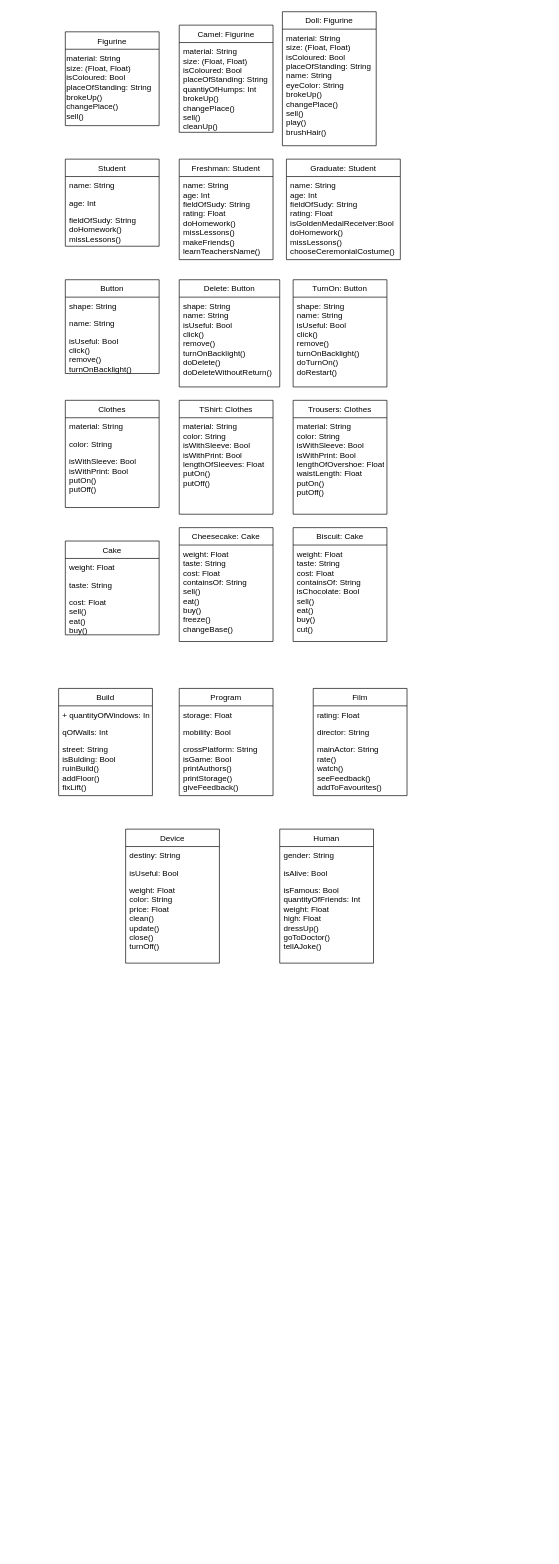
Earlier version of the draw.io diagram Untitled Diagram.drawio (lily-lorik/firstRepository). Source tidied: cells renumbered, new cells numbered last; positions are measured from the earlier drawing's top-left corner, leaving out a move shared by most shapes. Both pictures are drawn from the tidied source at 67%, with x=0, y=0 at pixel (58, 11).
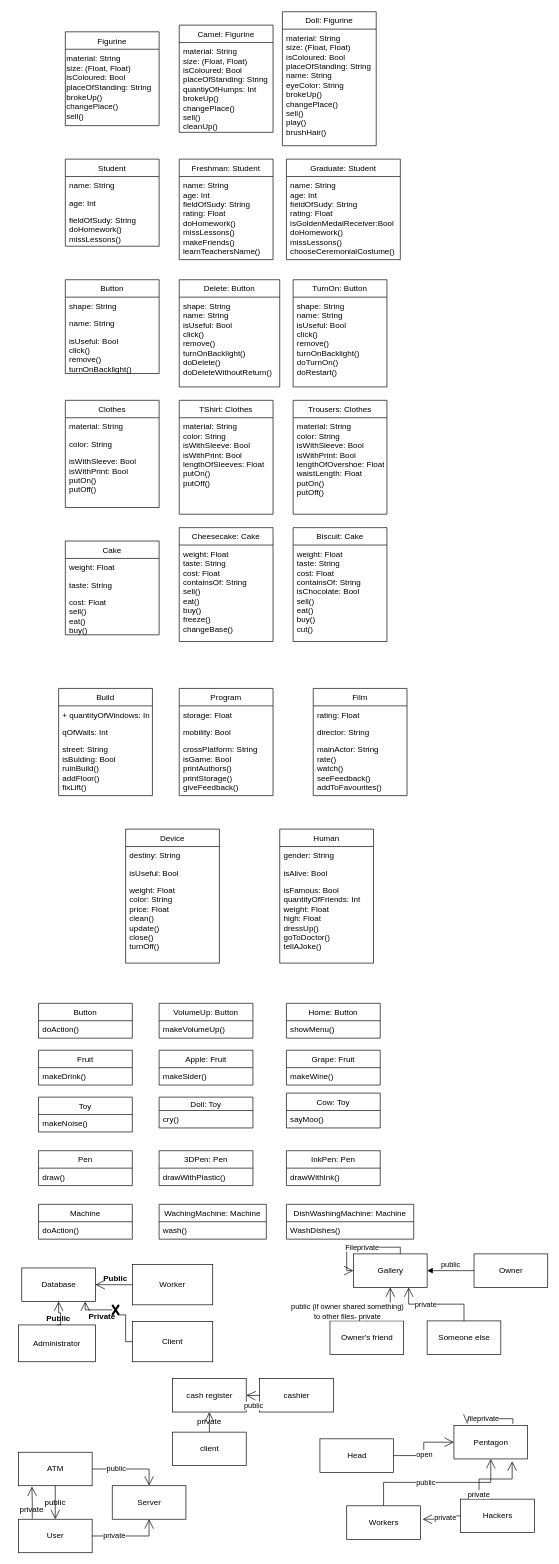
Above is the later version.

Change to the diagram source:
```diff
@@
+    <mxCell id="60" value="Button" style="swimlane;fontStyle=0;horizontal=1;startSize=26;fillColor=none;" parent="1" vertex="1">
+      <mxGeometry x="-30" y="1480" width="140" height="52" as="geometry" />
+    </mxCell>
+    <mxCell id="61" value="doAction()" style="text;strokeColor=none;fillColor=none;align=left;verticalAlign=top;spacingLeft=4;spacingRight=4;overflow=hidden;" parent="60" vertex="1">
+      <mxGeometry y="26" width="140" height="26" as="geometry" />
+    </mxCell>
+    <mxCell id="62" value="VolumeUp: Button" style="swimlane;fontStyle=0;horizontal=1;startSize=26;fillColor=none;" parent="1" vertex="1">
+      <mxGeometry x="150" y="1480" width="140" height="52" as="geometry" />
+    </mxCell>
+    <mxCell id="63" value="makeVolumeUp()" style="text;strokeColor=none;fillColor=none;align=left;verticalAlign=top;spacingLeft=4;spacingRight=4;overflow=hidden;" parent="62" vertex="1">
+      <mxGeometry y="26" width="140" height="26" as="geometry" />
+    </mxCell>
+    <mxCell id="64" value="Home: Button" style="swimlane;fontStyle=0;horizontal=1;startSize=26;fillColor=none;" parent="1" vertex="1">
+      <mxGeometry x="340" y="1480" width="140" height="52" as="geometry" />
+    </mxCell>
+    <mxCell id="65" value="showMenu()" style="text;strokeColor=none;fillColor=none;align=left;verticalAlign=top;spacingLeft=4;spacingRight=4;overflow=hidden;" parent="64" vertex="1">
+      <mxGeometry y="26" width="140" height="26" as="geometry" />
+    </mxCell>
+    <mxCell id="66" value="Fruit" style="swimlane;fontStyle=0;horizontal=1;startSize=26;fillColor=none;" parent="1" vertex="1">
+      <mxGeometry x="-30" y="1550" width="140" height="52" as="geometry" />
+    </mxCell>
+    <mxCell id="67" value="makeDrink()" style="text;strokeColor=none;fillColor=none;align=left;verticalAlign=top;spacingLeft=4;spacingRight=4;overflow=hidden;" parent="66" vertex="1">
+      <mxGeometry y="26" width="140" height="26" as="geometry" />
+    </mxCell>
+    <mxCell id="68" value="Apple: Fruit" style="swimlane;fontStyle=0;horizontal=1;startSize=26;fillColor=none;" parent="1" vertex="1">
+      <mxGeometry x="150" y="1550" width="140" height="52" as="geometry" />
+    </mxCell>
+    <mxCell id="69" value="makeSider()" style="text;strokeColor=none;fillColor=none;align=left;verticalAlign=top;spacingLeft=4;spacingRight=4;overflow=hidden;" parent="68" vertex="1">
+      <mxGeometry y="26" width="140" height="26" as="geometry" />
+    </mxCell>
+    <mxCell id="70" value="Grape: Fruit" style="swimlane;fontStyle=0;horizontal=1;startSize=26;fillColor=none;" parent="1" vertex="1">
+      <mxGeometry x="340" y="1550" width="140" height="52" as="geometry" />
+    </mxCell>
+    <mxCell id="71" value="makeWine()" style="text;strokeColor=none;fillColor=none;align=left;verticalAlign=top;spacingLeft=4;spacingRight=4;overflow=hidden;" parent="70" vertex="1">
+      <mxGeometry y="26" width="140" height="26" as="geometry" />
+    </mxCell>
+    <mxCell id="72" value="Toy" style="swimlane;fontStyle=0;horizontal=1;startSize=26;fillColor=none;" parent="1" vertex="1">
+      <mxGeometry x="-30" y="1620" width="140" height="52" as="geometry" />
+    </mxCell>
+    <mxCell id="73" value="makeNoise()" style="text;strokeColor=none;fillColor=none;align=left;verticalAlign=top;spacingLeft=4;spacingRight=4;overflow=hidden;" parent="72" vertex="1">
+      <mxGeometry y="26" width="140" height="26" as="geometry" />
+    </mxCell>
+    <mxCell id="74" value="Doll: Toy" style="swimlane;fontStyle=0;horizontal=1;startSize=20;fillColor=none;" parent="1" vertex="1">
+      <mxGeometry x="150" y="1620" width="140" height="46" as="geometry" />
+    </mxCell>
+    <mxCell id="75" value="cry()" style="text;strokeColor=none;fillColor=none;align=left;verticalAlign=top;spacingLeft=4;spacingRight=4;overflow=hidden;" parent="74" vertex="1">
+      <mxGeometry y="20" width="140" height="26" as="geometry" />
+    </mxCell>
+    <mxCell id="76" value="Cow: Toy" style="swimlane;fontStyle=0;horizontal=1;startSize=26;fillColor=none;" parent="1" vertex="1">
+      <mxGeometry x="340" y="1614" width="140" height="52" as="geometry" />
+    </mxCell>
+    <mxCell id="77" value="sayMoo()" style="text;strokeColor=none;fillColor=none;align=left;verticalAlign=top;spacingLeft=4;spacingRight=4;overflow=hidden;" parent="76" vertex="1">
+      <mxGeometry y="26" width="140" height="26" as="geometry" />
+    </mxCell>
+    <mxCell id="78" value="Pen" style="swimlane;fontStyle=0;horizontal=1;startSize=26;fillColor=none;" parent="1" vertex="1">
+      <mxGeometry x="-30" y="1700" width="140" height="52" as="geometry" />
+    </mxCell>
+    <mxCell id="79" value="draw()" style="text;strokeColor=none;fillColor=none;align=left;verticalAlign=top;spacingLeft=4;spacingRight=4;overflow=hidden;" parent="78" vertex="1">
+      <mxGeometry y="26" width="140" height="26" as="geometry" />
+    </mxCell>
+    <mxCell id="80" value="3DPen: Pen" style="swimlane;fontStyle=0;horizontal=1;startSize=26;fillColor=none;" parent="1" vertex="1">
+      <mxGeometry x="150" y="1700" width="140" height="52" as="geometry" />
+    </mxCell>
+    <mxCell id="81" value="drawWithPlastic()" style="text;strokeColor=none;fillColor=none;align=left;verticalAlign=top;spacingLeft=4;spacingRight=4;overflow=hidden;" parent="80" vertex="1">
+      <mxGeometry y="26" width="140" height="26" as="geometry" />
+    </mxCell>
+    <mxCell id="82" value="InkPen: Pen" style="swimlane;fontStyle=0;horizontal=1;startSize=26;fillColor=none;" parent="1" vertex="1">
+      <mxGeometry x="340" y="1700" width="140" height="52" as="geometry" />
+    </mxCell>
+    <mxCell id="83" value="drawWithInk()" style="text;strokeColor=none;fillColor=none;align=left;verticalAlign=top;spacingLeft=4;spacingRight=4;overflow=hidden;" parent="82" vertex="1">
+      <mxGeometry y="26" width="140" height="26" as="geometry" />
+    </mxCell>
+    <mxCell id="84" value="Machine" style="swimlane;fontStyle=0;horizontal=1;startSize=26;fillColor=none;" parent="1" vertex="1">
+      <mxGeometry x="-30" y="1780" width="140" height="52" as="geometry" />
+    </mxCell>
+    <mxCell id="85" value="doAction()" style="text;strokeColor=none;fillColor=none;align=left;verticalAlign=top;spacingLeft=4;spacingRight=4;overflow=hidden;" parent="84" vertex="1">
+      <mxGeometry y="26" width="140" height="26" as="geometry" />
+    </mxCell>
+    <mxCell id="86" value="WachingMachine: Machine" style="swimlane;fontStyle=0;horizontal=1;startSize=26;fillColor=none;" parent="1" vertex="1">
+      <mxGeometry x="150" y="1780" width="160" height="52" as="geometry" />
+    </mxCell>
+    <mxCell id="87" value="wash()" style="text;strokeColor=none;fillColor=none;align=left;verticalAlign=top;spacingLeft=4;spacingRight=4;overflow=hidden;" parent="86" vertex="1">
+      <mxGeometry y="26" width="160" height="26" as="geometry" />
+    </mxCell>
+    <mxCell id="88" value="DishWashingMachine: Machine" style="swimlane;fontStyle=0;horizontal=1;startSize=26;fillColor=none;" parent="1" vertex="1">
+      <mxGeometry x="340" y="1780" width="190" height="52" as="geometry" />
+    </mxCell>
+    <mxCell id="89" value="WashDishes()" style="text;strokeColor=none;fillColor=none;align=left;verticalAlign=top;spacingLeft=4;spacingRight=4;overflow=hidden;" parent="88" vertex="1">
+      <mxGeometry y="26" width="190" height="26" as="geometry" />
+    </mxCell>
+    <mxCell id="90" value="Database" style="html=1;" parent="1" vertex="1">
+      <mxGeometry x="-55" y="1875" width="110" height="50" as="geometry" />
+    </mxCell>
+    <mxCell id="91" value="Administrator" style="rounded=0;whiteSpace=wrap;html=1;" parent="1" vertex="1">
+      <mxGeometry x="-60" y="1960" width="115" height="55" as="geometry" />
+    </mxCell>
+    <mxCell id="92" value="Worker" style="rounded=0;whiteSpace=wrap;html=1;" parent="1" vertex="1">
+      <mxGeometry x="110" y="1870" width="120" height="60" as="geometry" />
+    </mxCell>
+    <mxCell id="93" value="Client" style="rounded=0;whiteSpace=wrap;html=1;" parent="1" vertex="1">
+      <mxGeometry x="110" y="1955" width="120" height="60" as="geometry" />
+    </mxCell>
+    <mxCell id="94" style="endArrow=open;endFill=1;endSize=12;html=1;rounded=0;edgeStyle=orthogonalEdgeStyle;exitX=0;exitY=0.5;exitDx=0;exitDy=0;entryX=1;entryY=0.5;entryDx=0;entryDy=0;" parent="1" edge="1" source="92" target="90">
+      <mxGeometry relative="1" as="geometry" />
+    </mxCell>
+    <mxCell id="95" style="endArrow=open;endFill=1;endSize=12;html=1;rounded=0;edgeStyle=orthogonalEdgeStyle;exitX=0.5;exitY=0;exitDx=0;exitDy=0;" parent="1" edge="1" source="91">
+      <mxGeometry relative="1" as="geometry">
+        <mxPoint y="1925" as="targetPoint" />
+        <Array as="points">
+          <mxPoint x="3" y="1960" />
+          <mxPoint x="3" y="1942" />
+          <mxPoint y="1942" />
+        </Array>
+      </mxGeometry>
+    </mxCell>
+    <mxCell id="96" style="endArrow=open;endFill=1;endSize=12;html=1;rounded=0;edgeStyle=orthogonalEdgeStyle;exitX=0;exitY=0.5;exitDx=0;exitDy=0;entryX=0.861;entryY=1;entryDx=0;entryDy=0;entryPerimeter=0;startArrow=none;" parent="1" edge="1" source="97" target="90">
+      <mxGeometry relative="1" as="geometry" />
+    </mxCell>
+    <mxCell id="97" style="shape=umlDestroy;whiteSpace=wrap;html=1;strokeWidth=3;" parent="1" vertex="1">
+      <mxGeometry x="80" y="1930" width="10" height="15" as="geometry" />
+    </mxCell>
+    <mxCell id="98" style="endArrow=none;endFill=1;endSize=12;html=1;rounded=0;edgeStyle=orthogonalEdgeStyle;exitX=0;exitY=0.5;exitDx=0;exitDy=0;entryX=0.861;entryY=1;entryDx=0;entryDy=0;entryPerimeter=0;" parent="1" edge="1" source="93" target="97">
+      <mxGeometry relative="1" as="geometry">
+        <Array as="points">
+          <mxPoint x="100" y="1985" />
+          <mxPoint x="100" y="1945" />
+        </Array>
+      </mxGeometry>
+    </mxCell>
+    <mxCell id="99" value="Gallery" style="html=1;" parent="1" vertex="1">
+      <mxGeometry x="440" y="1854" width="110" height="50" as="geometry" />
+    </mxCell>
+    <mxCell id="100" value="Owner" style="html=1;" parent="1" vertex="1">
+      <mxGeometry x="620" y="1854" width="110" height="50" as="geometry" />
+    </mxCell>
+    <mxCell id="101" value="Someone else" style="html=1;" parent="1" vertex="1">
+      <mxGeometry x="550" y="1954" width="110" height="50" as="geometry" />
+    </mxCell>
+    <mxCell id="102" value="Owner's friend" style="html=1;" parent="1" vertex="1">
+      <mxGeometry x="405" y="1954" width="110" height="50" as="geometry" />
+    </mxCell>
+    <mxCell id="103" value="Private" style="text;align=center;fontStyle=1;verticalAlign=middle;spacingLeft=3;spacingRight=3;strokeColor=none;" parent="1" vertex="1">
+      <mxGeometry x="40" y="1939" width="50" height="16" as="geometry" />
+    </mxCell>
+    <mxCell id="104" value="Public" style="text;align=center;fontStyle=1;verticalAlign=middle;spacingLeft=3;spacingRight=3;strokeColor=none;" parent="1" vertex="1">
+      <mxGeometry x="60" y="1880" width="50" height="20" as="geometry" />
+    </mxCell>
+    <mxCell id="105" value="Public" style="text;align=center;fontStyle=1;verticalAlign=middle;spacingLeft=3;spacingRight=3;strokeColor=none;" parent="1" vertex="1">
+      <mxGeometry x="-25" y="1939" width="50" height="20" as="geometry" />
+    </mxCell>
+    <mxCell id="106" value="public" style="html=1;verticalAlign=bottom;endArrow=block;rounded=0;edgeStyle=orthogonalEdgeStyle;exitX=0;exitY=0.5;exitDx=0;exitDy=0;entryX=1;entryY=0.5;entryDx=0;entryDy=0;" parent="1" edge="1" source="100" target="99">
+      <mxGeometry relative="1" as="geometry" />
+    </mxCell>
+    <mxCell id="107" style="endArrow=open;endFill=1;endSize=12;html=1;rounded=0;edgeStyle=orthogonalEdgeStyle;exitX=0.5;exitY=0;exitDx=0;exitDy=0;entryX=0.5;entryY=1;entryDx=0;entryDy=0;" parent="1" edge="1" source="102" target="99">
+      <mxGeometry relative="1" as="geometry" />
+    </mxCell>
+    <mxCell id="108" value="public (if owner shared something)&lt;br&gt;to other files- private" style="edgeLabel;html=1;align=center;verticalAlign=middle;" parent="107" vertex="1">
+      <mxGeometry x="-0.23" relative="1" as="geometry">
+        <mxPoint x="-38" y="10" as="offset" />
+      </mxGeometry>
+    </mxCell>
+    <mxCell id="109" style="endArrow=open;endFill=1;endSize=12;html=1;rounded=0;edgeStyle=orthogonalEdgeStyle;exitX=0.5;exitY=0;exitDx=0;exitDy=0;entryX=0.75;entryY=1;entryDx=0;entryDy=0;" parent="1" edge="1" source="101" target="99">
+      <mxGeometry relative="1" as="geometry" />
+    </mxCell>
+    <mxCell id="110" value="private" style="edgeLabel;html=1;align=center;verticalAlign=middle;" parent="109" vertex="1">
+      <mxGeometry x="0.26" y="-1" relative="1" as="geometry" />
+    </mxCell>
+    <mxCell id="111" style="endArrow=open;endFill=1;endSize=12;html=1;rounded=0;edgeStyle=orthogonalEdgeStyle;exitX=0.636;exitY=0;exitDx=0;exitDy=0;exitPerimeter=0;" parent="1" edge="1" source="99">
+      <mxGeometry relative="1" as="geometry">
+        <mxPoint x="440" y="1879" as="targetPoint" />
+        <Array as="points">
+          <mxPoint x="430" y="1844" />
+        </Array>
+      </mxGeometry>
+    </mxCell>
+    <mxCell id="112" value="Fileprivate" style="edgeLabel;html=1;align=center;verticalAlign=middle;" parent="111" vertex="1">
+      <mxGeometry x="0.01" y="-1" relative="1" as="geometry" />
+    </mxCell>
+    <mxCell id="113" value="ATM" style="html=1;" parent="1" vertex="1">
+      <mxGeometry x="-60" y="2150" width="110" height="50" as="geometry" />
+    </mxCell>
+    <mxCell id="114" value="Server" style="html=1;" parent="1" vertex="1">
+      <mxGeometry x="80" y="2200" width="110" height="50" as="geometry" />
+    </mxCell>
+    <mxCell id="115" value="User" style="html=1;" parent="1" vertex="1">
+      <mxGeometry x="-60" y="2250" width="110" height="50" as="geometry" />
+    </mxCell>
+    <mxCell id="116" style="endArrow=open;endFill=1;endSize=12;html=1;rounded=0;edgeStyle=orthogonalEdgeStyle;exitX=1;exitY=0.5;exitDx=0;exitDy=0;entryX=0.5;entryY=0;entryDx=0;entryDy=0;" parent="1" edge="1" source="113" target="114">
+      <mxGeometry relative="1" as="geometry" />
+    </mxCell>
+    <mxCell id="117" value="public" style="edgeLabel;html=1;align=center;verticalAlign=middle;" parent="116" vertex="1">
+      <mxGeometry x="-0.37" y="1" relative="1" as="geometry" />
+    </mxCell>
+    <mxCell id="118" style="endArrow=open;endFill=1;endSize=12;html=1;rounded=0;edgeStyle=orthogonalEdgeStyle;exitX=0.5;exitY=1;exitDx=0;exitDy=0;entryX=0.5;entryY=0;entryDx=0;entryDy=0;" parent="1" edge="1" source="113" target="115">
+      <mxGeometry relative="1" as="geometry" />
+    </mxCell>
+    <mxCell id="119" style="endArrow=open;endFill=1;endSize=12;html=1;rounded=0;edgeStyle=orthogonalEdgeStyle;exitX=1;exitY=0.5;exitDx=0;exitDy=0;entryX=0.5;entryY=1;entryDx=0;entryDy=0;" parent="1" edge="1" source="115" target="114">
+      <mxGeometry relative="1" as="geometry" />
+    </mxCell>
+    <mxCell id="120" value="private" style="edgeLabel;html=1;align=center;verticalAlign=middle;" parent="119" vertex="1">
+      <mxGeometry x="-0.41" y="2" relative="1" as="geometry" />
+    </mxCell>
+    <mxCell id="121" value="public" style="text;html=1;strokeColor=none;fillColor=none;align=center;verticalAlign=middle;whiteSpace=wrap;rounded=0;" parent="1" vertex="1">
+      <mxGeometry x="-35" y="2210" width="60" height="30" as="geometry" />
+    </mxCell>
+    <mxCell id="122" style="endArrow=open;endFill=1;endSize=12;html=1;rounded=0;edgeStyle=orthogonalEdgeStyle;exitX=0.188;exitY=-0.017;exitDx=0;exitDy=0;entryX=0.183;entryY=1.023;entryDx=0;entryDy=0;exitPerimeter=0;entryPerimeter=0;" parent="1" edge="1" source="115" target="113">
+      <mxGeometry relative="1" as="geometry" />
+    </mxCell>
+    <mxCell id="123" value="private" style="text;html=1;strokeColor=none;fillColor=none;align=center;verticalAlign=middle;whiteSpace=wrap;rounded=0;" parent="1" vertex="1">
+      <mxGeometry x="-70" y="2220" width="60" height="30" as="geometry" />
+    </mxCell>
+    <mxCell id="124" value="cash register" style="html=1;" parent="1" vertex="1">
+      <mxGeometry x="170" y="2040" width="110" height="50" as="geometry" />
+    </mxCell>
+    <mxCell id="125" value="cashier" style="html=1;" parent="1" vertex="1">
+      <mxGeometry x="300" y="2040" width="110" height="50" as="geometry" />
+    </mxCell>
+    <mxCell id="126" value="client" style="html=1;" parent="1" vertex="1">
+      <mxGeometry x="170" y="2120" width="110" height="50" as="geometry" />
+    </mxCell>
+    <mxCell id="127" style="endArrow=open;endFill=1;endSize=12;html=1;rounded=0;edgeStyle=orthogonalEdgeStyle;exitX=0.5;exitY=0;exitDx=0;exitDy=0;" parent="1" edge="1" source="126">
+      <mxGeometry relative="1" as="geometry">
+        <mxPoint x="225" y="2090" as="targetPoint" />
+      </mxGeometry>
+    </mxCell>
+    <mxCell id="128" value="private" style="text;html=1;strokeColor=none;fillColor=none;align=center;verticalAlign=middle;whiteSpace=wrap;rounded=0;" parent="1" vertex="1">
+      <mxGeometry x="195" y="2090" width="60" height="30" as="geometry" />
+    </mxCell>
+    <mxCell id="129" style="endArrow=open;endFill=1;endSize=12;html=1;rounded=0;edgeStyle=orthogonalEdgeStyle;exitX=1;exitY=0.5;exitDx=0;exitDy=0;entryX=1;entryY=0.5;entryDx=0;entryDy=0;" parent="1" edge="1" target="124">
+      <mxGeometry relative="1" as="geometry">
+        <mxPoint x="300" y="2065" as="sourcePoint" />
+      </mxGeometry>
+    </mxCell>
+    <mxCell id="130" value="public" style="edgeLabel;html=1;align=center;verticalAlign=middle;" parent="129" vertex="1">
+      <mxGeometry x="-0.37" y="1" relative="1" as="geometry">
+        <mxPoint x="-4" y="14" as="offset" />
+      </mxGeometry>
+    </mxCell>
+    <mxCell id="131" value="Pentagon" style="html=1;" parent="1" vertex="1">
+      <mxGeometry x="590" y="2110" width="110" height="50" as="geometry" />
+    </mxCell>
+    <mxCell id="132" value="Hackers" style="html=1;" parent="1" vertex="1">
+      <mxGeometry x="600" y="2220" width="110" height="50" as="geometry" />
+    </mxCell>
+    <mxCell id="133" value="Head" style="html=1;" parent="1" vertex="1">
+      <mxGeometry x="390" y="2130" width="110" height="50" as="geometry" />
+    </mxCell>
+    <mxCell id="134" value="Workers" style="html=1;" parent="1" vertex="1">
+      <mxGeometry x="430" y="2230" width="110" height="50" as="geometry" />
+    </mxCell>
+    <mxCell id="135" style="endArrow=open;endFill=1;endSize=12;html=1;rounded=0;edgeStyle=orthogonalEdgeStyle;exitX=0;exitY=0.5;exitDx=0;exitDy=0;entryX=1.029;entryY=0.4;entryDx=0;entryDy=0;entryPerimeter=0;" parent="1" edge="1" source="132" target="134">
+      <mxGeometry relative="1" as="geometry" />
+    </mxCell>
+    <mxCell id="136" value="private" style="edgeLabel;html=1;align=center;verticalAlign=middle;" parent="135" vertex="1">
+      <mxGeometry x="-0.23" y="1" relative="1" as="geometry" />
+    </mxCell>
+    <mxCell id="137" style="endArrow=open;endFill=1;endSize=12;html=1;rounded=0;edgeStyle=orthogonalEdgeStyle;exitX=0.5;exitY=0;exitDx=0;exitDy=0;entryX=0.5;entryY=1;entryDx=0;entryDy=0;" parent="1" edge="1" source="134" target="131">
+      <mxGeometry relative="1" as="geometry" />
+    </mxCell>
+    <mxCell id="138" value="public" style="edgeLabel;html=1;align=center;verticalAlign=middle;" parent="137" vertex="1">
+      <mxGeometry x="-0.16" relative="1" as="geometry" />
+    </mxCell>
+    <mxCell id="139" style="endArrow=open;endFill=1;endSize=12;html=1;rounded=0;edgeStyle=orthogonalEdgeStyle;exitX=1;exitY=0.5;exitDx=0;exitDy=0;entryX=0;entryY=0.5;entryDx=0;entryDy=0;" parent="1" edge="1" source="133" target="131">
+      <mxGeometry relative="1" as="geometry" />
+    </mxCell>
+    <mxCell id="140" value="open" style="edgeLabel;html=1;align=center;verticalAlign=middle;" parent="139" vertex="1">
+      <mxGeometry x="-0.12" relative="1" as="geometry" />
+    </mxCell>
+    <mxCell id="141" style="endArrow=open;endFill=1;endSize=12;html=1;rounded=0;edgeStyle=orthogonalEdgeStyle;exitX=0.25;exitY=0;exitDx=0;exitDy=0;entryX=0.79;entryY=1.074;entryDx=0;entryDy=0;entryPerimeter=0;" parent="1" edge="1" source="132" target="131">
+      <mxGeometry relative="1" as="geometry">
+        <Array as="points">
+          <mxPoint x="627" y="2190" />
+          <mxPoint x="677" y="2190" />
+        </Array>
+      </mxGeometry>
+    </mxCell>
+    <mxCell id="142" value="private" style="edgeLabel;html=1;align=center;verticalAlign=middle;" parent="141" vertex="1">
+      <mxGeometry x="-0.84" y="1" relative="1" as="geometry" />
+    </mxCell>
+    <mxCell id="143" style="endArrow=open;endFill=1;endSize=12;html=1;rounded=0;edgeStyle=orthogonalEdgeStyle;exitX=0.8;exitY=-0.046;exitDx=0;exitDy=0;exitPerimeter=0;" parent="1" edge="1" source="131">
+      <mxGeometry relative="1" as="geometry">
+        <mxPoint x="610" y="2108" as="targetPoint" />
+      </mxGeometry>
+    </mxCell>
+    <mxCell id="144" value="fileprivate" style="edgeLabel;html=1;align=center;verticalAlign=middle;" parent="143" vertex="1">
+      <mxGeometry x="0.26" y="-1" relative="1" as="geometry" />
+    </mxCell>
```
